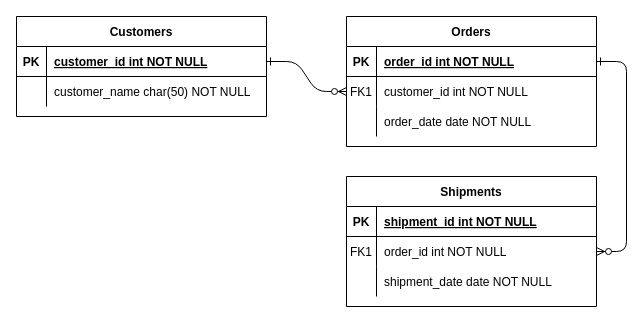
Earlier version of the draw.io diagram Untitled Diagram.drawio (megan-es/SuperstorePostgreSQLProject). Source tidied: cells renumbered, new cells numbered last; positions are measured from the earlier drawing's top-left corner, leaving out a move shared by most shapes. Both pictures are drawn from the tidied source at 100%, with x=0, y=0 at pixel (16, 16).
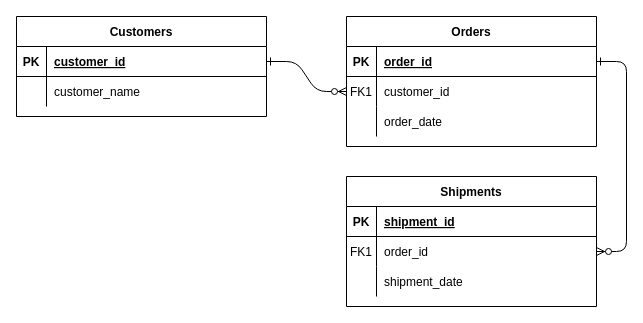
The same page after the edit.

Unchanged cells that the change refers to:
```xml
<mxCell id="5" style="shape=partialRectangle;fillColor=none;points=[[0,0.5],[1,0.5]];portConstraint=eastwest;top=0;left=0;right=0;bottom=1;" parent="4" vertex="1">
  <mxGeometry y="30" width="250" height="30" as="geometry" />
</mxCell>
<mxCell id="8" style="shape=partialRectangle;fillColor=none;points=[[0,0.5],[1,0.5]];portConstraint=eastwest;top=0;left=0;right=0;bottom=0;" parent="4" vertex="1">
  <mxGeometry y="60" width="250" height="30" as="geometry" />
</mxCell>
<mxCell id="11" style="shape=partialRectangle;fillColor=none;top=0;left=0;right=0;bottom=0;" parent="4" vertex="1">
  <mxGeometry y="90" width="250" height="30" as="geometry" />
</mxCell>
<mxCell id="15" style="shape=partialRectangle;fillColor=none;top=0;left=0;right=0;bottom=1;" parent="14" vertex="1">
  <mxGeometry y="30" width="250" height="30" as="geometry" />
</mxCell>
<mxCell id="18" style="shape=partialRectangle;fillColor=none;points=[[0,0.5],[1,0.5]];portConstraint=eastwest;top=0;left=0;right=0;bottom=0;" parent="14" vertex="1">
  <mxGeometry y="60" width="250" height="30" as="geometry" />
</mxCell>
<mxCell id="21" style="shape=partialRectangle;fillColor=none;top=0;left=0;right=0;bottom=0;" parent="14" vertex="1">
  <mxGeometry y="90" width="250" height="30" as="geometry" />
</mxCell>
<mxCell id="25" style="shape=partialRectangle;fillColor=none;points=[[0,0.5],[1,0.5]];portConstraint=eastwest;top=0;left=0;right=0;bottom=1;" parent="24" vertex="1">
  <mxGeometry y="30" width="250" height="30" as="geometry" />
</mxCell>
<mxCell id="28" style="shape=partialRectangle;fillColor=none;top=0;left=0;right=0;bottom=0;" parent="24" vertex="1">
  <mxGeometry y="60" width="250" height="30" as="geometry" />
</mxCell>
```

Change to the diagram source:
```diff
@@
-    <mxCell id="7" value="order_id int NOT NULL " style="shape=partialRectangle;overflow=hidden;fillColor=none;top=0;left=0;bottom=0;right=0;align=left;spacingLeft=6;fontStyle=5;" parent="5" vertex="1">
+    <mxCell id="7" value="order_id" style="shape=partialRectangle;overflow=hidden;fillColor=none;top=0;left=0;bottom=0;right=0;align=left;spacingLeft=6;fontStyle=5;" parent="5" vertex="1">
       <mxGeometry x="30" width="220" height="30" as="geometry" />
     </mxCell>
@@
-    <mxCell id="10" value="customer_id int NOT NULL" style="shape=partialRectangle;overflow=hidden;fillColor=none;top=0;left=0;bottom=0;right=0;align=left;spacingLeft=6;" parent="8" vertex="1">
+    <mxCell id="10" value="customer_id" style="shape=partialRectangle;overflow=hidden;fillColor=none;top=0;left=0;bottom=0;right=0;align=left;spacingLeft=6;" parent="8" vertex="1">
       <mxGeometry x="30" width="220" height="30" as="geometry" />
     </mxCell>
@@
-    <mxCell id="13" value="order_date date NOT NULL" style="shape=partialRectangle;overflow=hidden;fillColor=none;top=0;left=0;bottom=0;right=0;align=left;spacingLeft=6;" parent="11" vertex="1">
+    <mxCell id="13" value="order_date" style="shape=partialRectangle;overflow=hidden;fillColor=none;top=0;left=0;bottom=0;right=0;align=left;spacingLeft=6;" parent="11" vertex="1">
       <mxGeometry x="30" width="220" height="30" as="geometry" />
     </mxCell>
@@
-    <mxCell id="17" value="shipment_id int NOT NULL " style="shape=partialRectangle;overflow=hidden;fillColor=none;top=0;left=0;bottom=0;right=0;align=left;spacingLeft=6;fontStyle=5;" parent="15" vertex="1">
+    <mxCell id="17" value="shipment_id" style="shape=partialRectangle;overflow=hidden;fillColor=none;top=0;left=0;bottom=0;right=0;align=left;spacingLeft=6;fontStyle=5;" parent="15" vertex="1">
       <mxGeometry x="30" width="220" height="30" as="geometry" />
     </mxCell>
@@
-    <mxCell id="20" value="order_id int NOT NULL" style="shape=partialRectangle;overflow=hidden;fillColor=none;top=0;left=0;bottom=0;right=0;align=left;spacingLeft=6;" parent="18" vertex="1">
+    <mxCell id="20" value="order_id" style="shape=partialRectangle;overflow=hidden;fillColor=none;top=0;left=0;bottom=0;right=0;align=left;spacingLeft=6;" parent="18" vertex="1">
       <mxGeometry x="30" width="220" height="30" as="geometry" />
     </mxCell>
@@
-    <mxCell id="23" value="shipment_date date NOT NULL" style="shape=partialRectangle;overflow=hidden;fillColor=none;top=0;left=0;bottom=0;right=0;align=left;spacingLeft=6;" parent="21" vertex="1">
+    <mxCell id="23" value="shipment_date" style="shape=partialRectangle;overflow=hidden;fillColor=none;top=0;left=0;bottom=0;right=0;align=left;spacingLeft=6;" parent="21" vertex="1">
       <mxGeometry x="30" width="220" height="30" as="geometry" />
     </mxCell>
@@
-    <mxCell id="27" value="customer_id int NOT NULL " style="shape=partialRectangle;overflow=hidden;fillColor=none;top=0;left=0;bottom=0;right=0;align=left;spacingLeft=6;fontStyle=5;" parent="25" vertex="1">
+    <mxCell id="27" value="customer_id" style="shape=partialRectangle;overflow=hidden;fillColor=none;top=0;left=0;bottom=0;right=0;align=left;spacingLeft=6;fontStyle=5;" parent="25" vertex="1">
       <mxGeometry x="30" width="220" height="30" as="geometry" />
     </mxCell>
@@
-    <mxCell id="30" value="customer_name char(50) NOT NULL" style="shape=partialRectangle;overflow=hidden;fillColor=none;top=0;left=0;bottom=0;right=0;align=left;spacingLeft=6;" parent="28" vertex="1">
+    <mxCell id="30" value="customer_name" style="shape=partialRectangle;overflow=hidden;fillColor=none;top=0;left=0;bottom=0;right=0;align=left;spacingLeft=6;" parent="28" vertex="1">
       <mxGeometry x="30" width="220" height="30" as="geometry" />
     </mxCell>
```
